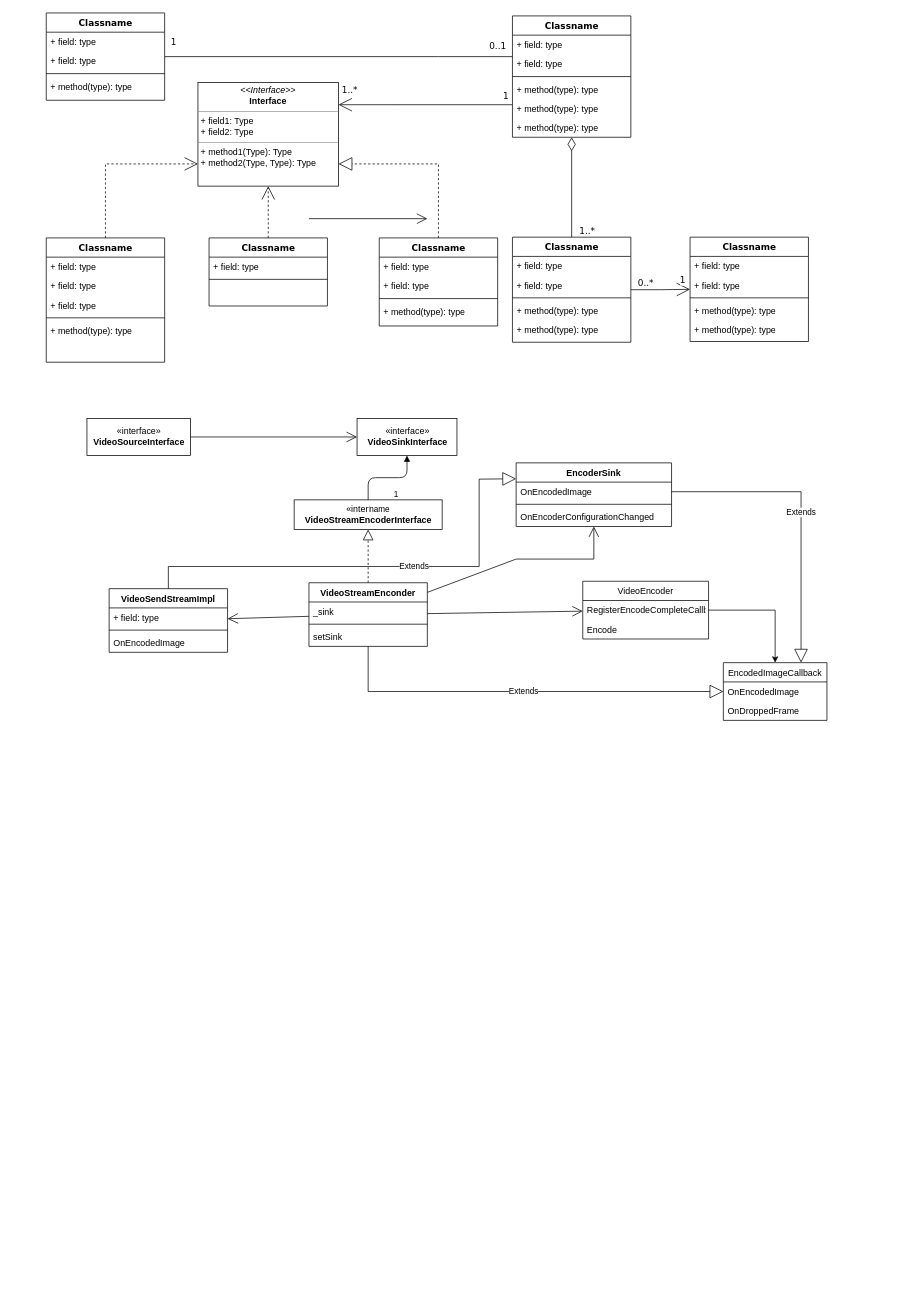
chenxuzy/ThreadPool keeps this draw.io diagram as Untitled Diagram.drawio. Above is the earlier version. Source tidied: cells renumbered, new cells numbered last; positions are measured from the earlier drawing's top-left corner, leaving out a move shared by most shapes. Both pictures are drawn from the tidied source at 74%, with x=0, y=0 at pixel (46, 13).
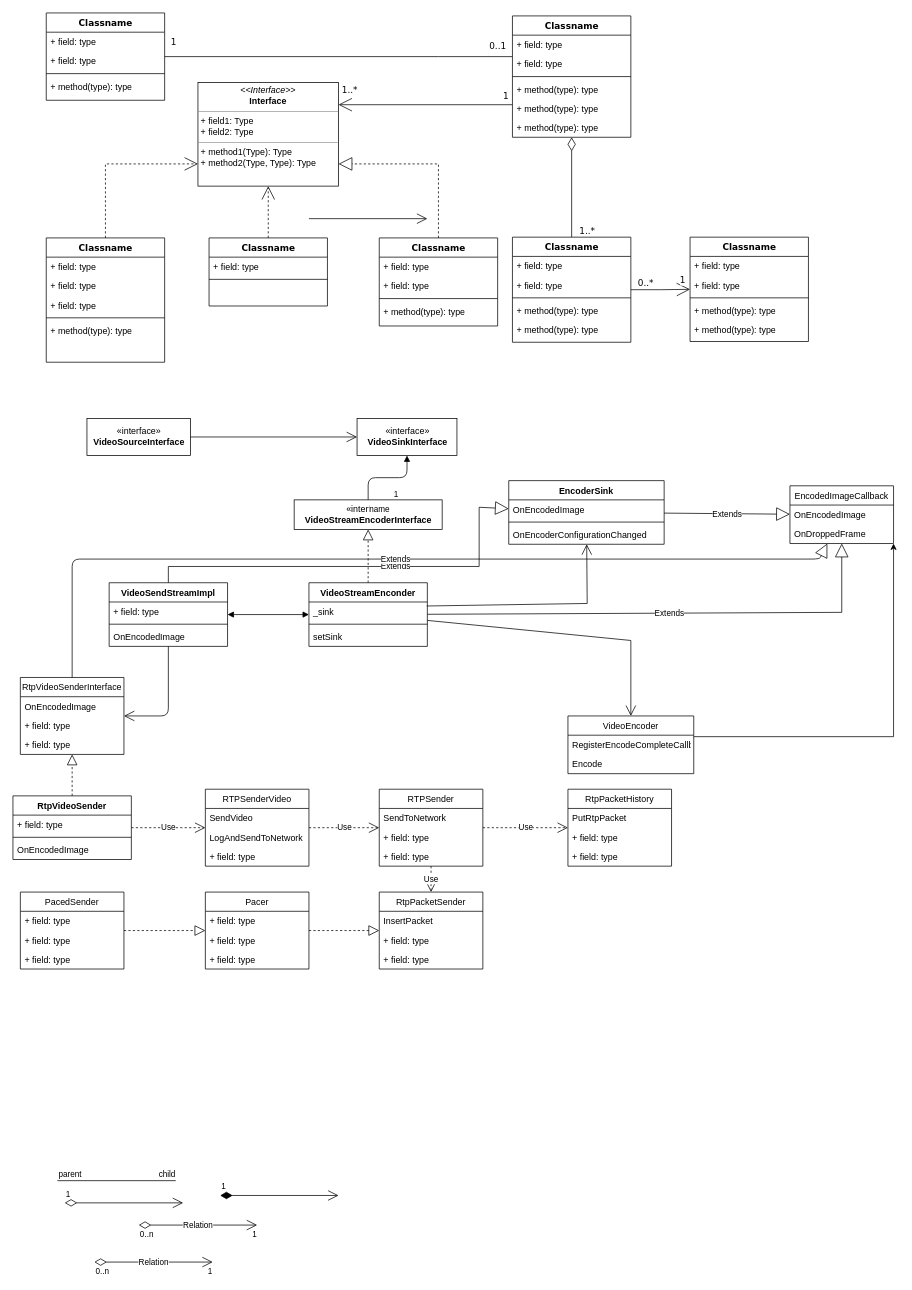
After the change.

The change refers to these unchanged cells:
```xml
<mxCell id="64" value="OnEncodedImage" style="text;strokeColor=none;fillColor=none;align=left;verticalAlign=top;spacingLeft=4;spacingRight=4;overflow=hidden;points=[[0,0.5],[1,0.5]];portConstraint=eastwest;" parent="63" vertex="1">
  <mxGeometry y="26" width="140" height="26" as="geometry" />
</mxCell>
<mxCell id="73" value="OnEncodedImage" style="text;strokeColor=none;fillColor=none;align=left;verticalAlign=top;spacingLeft=4;spacingRight=4;overflow=hidden;points=[[0,0.5],[1,0.5]];portConstraint=eastwest;" parent="72" vertex="1">
  <mxGeometry y="26" width="210" height="26" as="geometry" />
</mxCell>
<mxCell id="85" value="VideoStreamEnconder" style="swimlane;fontStyle=1;align=center;verticalAlign=top;horizontal=1;startSize=26;" parent="1" vertex="1">
  <mxGeometry x="355" y="770" width="160" height="86" as="geometry" />
</mxCell>
<mxCell id="86" value="_sink" style="text;strokeColor=none;fillColor=none;align=left;verticalAlign=top;spacingLeft=4;spacingRight=4;overflow=hidden;points=[[0,0.5],[1,0.5]];portConstraint=eastwest;" parent="85" vertex="1">
  <mxGeometry y="26" width="160" height="26" as="geometry" />
</mxCell>
```

Change to the diagram source:
```diff
@@
-    <mxCell id="61" style="edgeStyle=orthogonalEdgeStyle;rounded=0;jettySize=auto;html=1;entryX=0.5;entryY=0;entryDx=0;entryDy=0;" parent="1" edge="1" source="68" target="63">
+    <mxCell id="61" style="edgeStyle=orthogonalEdgeStyle;rounded=0;jettySize=auto;html=1;" parent="1" edge="1" source="68" target="63">
       <mxGeometry relative="1" as="geometry">
         <Array as="points">
-          <mxPoint x="985" y="807" />
+          <mxPoint x="1145" y="978" />
         </Array>
       </mxGeometry>
     </mxCell>
@@
     <mxCell id="63" value="EncodedImageCallback" style="swimlane;fontStyle=0;horizontal=1;startSize=26;fillColor=none;" parent="1" vertex="1">
-      <mxGeometry x="915" y="878" width="140" height="78" as="geometry" />
+      <mxGeometry x="1005" y="639" width="140" height="78" as="geometry" />
     </mxCell>
@@
     <mxCell id="68" value="VideoEncoder" style="swimlane;fontStyle=0;horizontal=1;startSize=26;fillColor=none;" parent="1" vertex="1">
-      <mxGeometry x="725" y="768" width="170" height="78" as="geometry" />
+      <mxGeometry x="705" y="950" width="170" height="78" as="geometry" />
     </mxCell>
@@
-    <mxCell id="71" value="Extends" style="endArrow=block;endSize=16;endFill=0;html=1;rounded=0;entryX=0;entryY=0.5;entryDx=0;entryDy=0;" parent="1" edge="1" source="85" target="64">
+    <mxCell id="71" value="Extends" style="endArrow=block;endSize=16;endFill=0;html=1;rounded=0;" parent="1" edge="1" source="85" target="63">
       <mxGeometry relative="1" as="geometry">
         <Array as="points">
-          <mxPoint x="435" y="917" />
+          <mxPoint x="1075" y="810" />
         </Array>
       </mxGeometry>
     </mxCell>
     <mxCell id="72" value="EncoderSink&#10;" style="swimlane;fontStyle=1;align=center;verticalAlign=top;horizontal=1;startSize=26;" parent="1" vertex="1">
-      <mxGeometry x="635" y="608" width="210" height="86" as="geometry" />
+      <mxGeometry x="625" y="632" width="210" height="86" as="geometry" />
     </mxCell>
@@
-    <mxCell id="76" value="Extends" style="endArrow=block;endSize=16;endFill=0;html=1;rounded=0;entryX=0.75;entryY=0;entryDx=0;entryDy=0;exitX=1;exitY=0.5;exitDx=0;exitDy=0;" parent="1" edge="1" source="73" target="63">
-      <mxGeometry relative="1" as="geometry">
-        <Array as="points">
-          <mxPoint x="1020" y="647" />
-        </Array>
-      </mxGeometry>
+    <mxCell id="76" value="Extends" style="endArrow=block;endSize=16;endFill=0;html=1;rounded=0;" parent="1" edge="1" source="72" target="63">
+      <mxGeometry relative="1" as="geometry" />
     </mxCell>
-    <mxCell id="77" style="endArrow=open;endFill=1;endSize=12;html=1;rounded=0;" parent="1" edge="1" source="85" target="72">
+    <mxCell id="77" style="endArrow=open;endFill=1;endSize=12;html=1;rounded=0;exitX=0.995;exitY=0.208;exitDx=0;exitDy=0;exitPerimeter=0;" parent="1" edge="1" source="86" target="72">
       <mxGeometry relative="1" as="geometry">
         <Array as="points">
-          <mxPoint x="635" y="738" />
-          <mxPoint x="740" y="738" />
+          <mxPoint x="731" y="798" />
         </Array>
       </mxGeometry>
     </mxCell>
     <mxCell id="78" value="VideoSendStreamImpl" style="swimlane;fontStyle=1;align=center;verticalAlign=top;horizontal=1;startSize=26;" parent="1" vertex="1">
-      <mxGeometry x="85" y="778" width="160" height="86" as="geometry" />
+      <mxGeometry x="85" y="770" width="160" height="86" as="geometry" />
     </mxCell>
@@
-    <mxCell id="82" value="Extends" style="endArrow=block;endSize=16;endFill=0;html=1;rounded=0;entryX=0;entryY=0.25;entryDx=0;entryDy=0;exitX=0.5;exitY=0;exitDx=0;exitDy=0;" parent="1" edge="1" source="78" target="72">
+    <mxCell id="82" value="Extends" style="endArrow=block;endSize=16;endFill=0;html=1;rounded=0;exitX=0.5;exitY=0;exitDx=0;exitDy=0;" parent="1" edge="1" source="78" target="72">
       <mxGeometry x="0.17" relative="1" as="geometry">
         <Array as="points">
           <mxPoint x="165" y="748" />
           <mxPoint x="585" y="748" />
-          <mxPoint x="585" y="630" />
+          <mxPoint x="585" y="668" />
         </Array>
       </mxGeometry>
     </mxCell>
-    <mxCell id="83" style="endArrow=open;endFill=1;endSize=12;html=1;rounded=0;" parent="1" edge="1" source="85" target="78">
-      <mxGeometry relative="1" as="geometry" />
-    </mxCell>
     <mxCell id="84" value="&lt;div style=&quot;background-color: rgb(255 , 255 , 255) ; font-family: &amp;#34;menlo&amp;#34; , &amp;#34;monaco&amp;#34; , &amp;#34;courier new&amp;#34; , monospace ; font-weight: normal ; font-size: 12px ; line-height: 18px&quot;&gt;&lt;br&gt;&lt;/div&gt;" style="text;whiteSpace=wrap;html=1;" parent="1" vertex="1">
-      <mxGeometry x="275" y="948" width="200" height="30" as="geometry" />
+      <mxGeometry x="175" y="1558" width="200" height="30" as="geometry" />
     </mxCell>
@@
     <mxCell id="89" style="endArrow=open;endFill=1;endSize=12;html=1;rounded=0;" parent="1" edge="1" source="85" target="68">
-      <mxGeometry relative="1" as="geometry" />
+      <mxGeometry relative="1" as="geometry">
+        <Array as="points">
+          <mxPoint x="790" y="848" />
+        </Array>
+      </mxGeometry>
     </mxCell>
@@
+    <mxCell id="91" value="Relation" style="endArrow=open;html=1;endSize=12;startArrow=diamondThin;startSize=14;startFill=0;edgeStyle=orthogonalEdgeStyle;" parent="1" edge="1">
+      <mxGeometry relative="1" as="geometry">
+        <mxPoint x="125" y="1638" as="sourcePoint" />
+        <mxPoint x="285" y="1638" as="targetPoint" />
+      </mxGeometry>
+    </mxCell>
+    <mxCell id="92" value="0..n" style="edgeLabel;html=1;align=left;verticalAlign=top;" parent="91" vertex="1">
+      <mxGeometry x="-1" relative="1" as="geometry" />
+    </mxCell>
+    <mxCell id="93" value="1" style="edgeLabel;html=1;align=right;verticalAlign=top;" parent="91" vertex="1">
+      <mxGeometry x="1" relative="1" as="geometry" />
+    </mxCell>
+    <mxCell id="94" style="endArrow=none;html=1;edgeStyle=orthogonalEdgeStyle;" parent="1" edge="1">
+      <mxGeometry relative="1" as="geometry">
+        <mxPoint x="15" y="1578" as="sourcePoint" />
+        <mxPoint x="175" y="1578" as="targetPoint" />
+      </mxGeometry>
+    </mxCell>
+    <mxCell id="95" value="parent" style="edgeLabel;html=1;align=left;verticalAlign=bottom;" parent="94" vertex="1">
+      <mxGeometry x="-1" relative="1" as="geometry" />
+    </mxCell>
+    <mxCell id="96" value="child" style="edgeLabel;html=1;align=right;verticalAlign=bottom;" parent="94" vertex="1">
+      <mxGeometry x="1" relative="1" as="geometry" />
+    </mxCell>
+    <mxCell id="97" value="1" style="endArrow=open;html=1;endSize=12;startArrow=diamondThin;startSize=14;startFill=0;edgeStyle=orthogonalEdgeStyle;align=left;verticalAlign=bottom;" parent="1" edge="1">
+      <mxGeometry x="-1" y="3" relative="1" as="geometry">
+        <mxPoint x="25" y="1608" as="sourcePoint" />
+        <mxPoint x="185" y="1608" as="targetPoint" />
+      </mxGeometry>
+    </mxCell>
+    <mxCell id="98" value="1" style="endArrow=open;html=1;endSize=12;startArrow=diamondThin;startSize=14;startFill=1;edgeStyle=orthogonalEdgeStyle;align=left;verticalAlign=bottom;" parent="1" edge="1">
+      <mxGeometry x="-1" y="3" relative="1" as="geometry">
+        <mxPoint x="235" y="1598" as="sourcePoint" />
+        <mxPoint x="395" y="1598" as="targetPoint" />
+      </mxGeometry>
+    </mxCell>
+    <mxCell id="99" value="Relation" style="endArrow=open;html=1;endSize=12;startArrow=diamondThin;startSize=14;startFill=0;edgeStyle=orthogonalEdgeStyle;" parent="1" edge="1">
+      <mxGeometry relative="1" as="geometry">
+        <mxPoint x="65" y="1688" as="sourcePoint" />
+        <mxPoint x="225" y="1688" as="targetPoint" />
+      </mxGeometry>
+    </mxCell>
+    <mxCell id="100" value="0..n" style="edgeLabel;html=1;align=left;verticalAlign=top;" parent="99" vertex="1">
+      <mxGeometry x="-1" relative="1" as="geometry" />
+    </mxCell>
+    <mxCell id="101" value="1" style="edgeLabel;html=1;align=right;verticalAlign=top;" parent="99" vertex="1">
+      <mxGeometry x="1" relative="1" as="geometry" />
+    </mxCell>
+    <mxCell id="102" value="Extends" style="endArrow=block;endSize=16;endFill=0;html=1;" parent="1" edge="1" source="104" target="63">
+      <mxGeometry relative="1" as="geometry">
+        <Array as="points">
+          <mxPoint x="35" y="738" />
+          <mxPoint x="1045" y="738" />
+        </Array>
+      </mxGeometry>
+    </mxCell>
+    <mxCell id="103" style="endArrow=block;startArrow=block;endFill=1;startFill=1;html=1;" parent="1" edge="1" source="78" target="85">
+      <mxGeometry relative="1" as="geometry" />
+    </mxCell>
+    <mxCell id="104" value="RtpVideoSenderInterface" style="swimlane;fontStyle=0;horizontal=1;startSize=26;fillColor=none;" parent="1" vertex="1">
+      <mxGeometry x="-35" y="898" width="140" height="104" as="geometry" />
+    </mxCell>
+    <mxCell id="105" value="OnEncodedImage" style="text;strokeColor=none;fillColor=none;align=left;verticalAlign=top;spacingLeft=4;spacingRight=4;overflow=hidden;" parent="104" vertex="1">
+      <mxGeometry y="26" width="140" height="26" as="geometry" />
+    </mxCell>
+    <mxCell id="106" value="+ field: type" style="text;strokeColor=none;fillColor=none;align=left;verticalAlign=top;spacingLeft=4;spacingRight=4;overflow=hidden;" parent="104" vertex="1">
+      <mxGeometry y="52" width="140" height="26" as="geometry" />
+    </mxCell>
+    <mxCell id="107" value="+ field: type" style="text;strokeColor=none;fillColor=none;align=left;verticalAlign=top;spacingLeft=4;spacingRight=4;overflow=hidden;" parent="104" vertex="1">
+      <mxGeometry y="78" width="140" height="26" as="geometry" />
+    </mxCell>
+    <mxCell id="108" style="endArrow=open;endFill=1;endSize=12;html=1;" parent="1" edge="1" source="78" target="104">
+      <mxGeometry relative="1" as="geometry">
+        <Array as="points">
+          <mxPoint x="165" y="950" />
+        </Array>
+      </mxGeometry>
+    </mxCell>
+    <mxCell id="109" value="RtpVideoSender" style="swimlane;fontStyle=1;align=center;verticalAlign=top;horizontal=1;startSize=26;" parent="1" vertex="1">
+      <mxGeometry x="-45" y="1058" width="160" height="86" as="geometry" />
+    </mxCell>
+    <mxCell id="110" value="+ field: type" style="text;strokeColor=none;fillColor=none;align=left;verticalAlign=top;spacingLeft=4;spacingRight=4;overflow=hidden;" parent="109" vertex="1">
+      <mxGeometry y="26" width="160" height="26" as="geometry" />
+    </mxCell>
+    <mxCell id="111" style="line;strokeWidth=1;fillColor=none;align=left;verticalAlign=middle;spacingTop=-1;spacingLeft=3;spacingRight=3;labelPosition=right;" parent="109" vertex="1">
+      <mxGeometry y="52" width="160" height="8" as="geometry" />
+    </mxCell>
+    <mxCell id="112" value="OnEncodedImage" style="text;strokeColor=none;fillColor=none;align=left;verticalAlign=top;spacingLeft=4;spacingRight=4;overflow=hidden;" parent="109" vertex="1">
+      <mxGeometry y="60" width="160" height="26" as="geometry" />
+    </mxCell>
+    <mxCell id="113" style="endArrow=block;dashed=1;endFill=0;endSize=12;html=1;" parent="1" edge="1" source="109" target="104">
+      <mxGeometry relative="1" as="geometry" />
+    </mxCell>
+    <mxCell id="114" value="RTPSenderVideo" style="swimlane;fontStyle=0;horizontal=1;startSize=26;fillColor=none;" parent="1" vertex="1">
+      <mxGeometry x="215" y="1049" width="140" height="104" as="geometry" />
+    </mxCell>
+    <mxCell id="115" value="SendVideo" style="text;strokeColor=none;fillColor=none;align=left;verticalAlign=top;spacingLeft=4;spacingRight=4;overflow=hidden;" parent="114" vertex="1">
+      <mxGeometry y="26" width="140" height="26" as="geometry" />
+    </mxCell>
+    <mxCell id="116" value="LogAndSendToNetwork" style="text;strokeColor=none;fillColor=none;align=left;verticalAlign=top;spacingLeft=4;spacingRight=4;overflow=hidden;" parent="114" vertex="1">
+      <mxGeometry y="52" width="140" height="26" as="geometry" />
+    </mxCell>
+    <mxCell id="117" value="+ field: type" style="text;strokeColor=none;fillColor=none;align=left;verticalAlign=top;spacingLeft=4;spacingRight=4;overflow=hidden;" parent="114" vertex="1">
+      <mxGeometry y="78" width="140" height="26" as="geometry" />
+    </mxCell>
+    <mxCell id="118" value="Use" style="endArrow=open;endSize=12;dashed=1;html=1;" parent="1" edge="1" source="109" target="114">
+      <mxGeometry relative="1" as="geometry" />
+    </mxCell>
+    <mxCell id="119" value="RTPSender" style="swimlane;fontStyle=0;horizontal=1;startSize=26;fillColor=none;" parent="1" vertex="1">
+      <mxGeometry x="450" y="1049" width="140" height="104" as="geometry" />
+    </mxCell>
+    <mxCell id="120" value="SendToNetwork" style="text;strokeColor=none;fillColor=none;align=left;verticalAlign=top;spacingLeft=4;spacingRight=4;overflow=hidden;" parent="119" vertex="1">
+      <mxGeometry y="26" width="140" height="26" as="geometry" />
+    </mxCell>
+    <mxCell id="121" value="+ field: type" style="text;strokeColor=none;fillColor=none;align=left;verticalAlign=top;spacingLeft=4;spacingRight=4;overflow=hidden;" parent="119" vertex="1">
+      <mxGeometry y="52" width="140" height="26" as="geometry" />
+    </mxCell>
+    <mxCell id="122" value="+ field: type" style="text;strokeColor=none;fillColor=none;align=left;verticalAlign=top;spacingLeft=4;spacingRight=4;overflow=hidden;" parent="119" vertex="1">
+      <mxGeometry y="78" width="140" height="26" as="geometry" />
+    </mxCell>
+    <mxCell id="123" value="Use" style="endArrow=open;endSize=12;dashed=1;html=1;" parent="1" edge="1" source="114" target="119">
+      <mxGeometry relative="1" as="geometry" />
+    </mxCell>
+    <mxCell id="124" value="RtpPacketSender" style="swimlane;fontStyle=0;horizontal=1;startSize=26;fillColor=none;" parent="1" vertex="1">
+      <mxGeometry x="450" y="1188" width="140" height="104" as="geometry" />
+    </mxCell>
+    <mxCell id="125" value="InsertPacket" style="text;strokeColor=none;fillColor=none;align=left;verticalAlign=top;spacingLeft=4;spacingRight=4;overflow=hidden;" parent="124" vertex="1">
+      <mxGeometry y="26" width="140" height="26" as="geometry" />
+    </mxCell>
+    <mxCell id="126" value="+ field: type" style="text;strokeColor=none;fillColor=none;align=left;verticalAlign=top;spacingLeft=4;spacingRight=4;overflow=hidden;" parent="124" vertex="1">
+      <mxGeometry y="52" width="140" height="26" as="geometry" />
+    </mxCell>
+    <mxCell id="127" value="+ field: type" style="text;strokeColor=none;fillColor=none;align=left;verticalAlign=top;spacingLeft=4;spacingRight=4;overflow=hidden;" parent="124" vertex="1">
+      <mxGeometry y="78" width="140" height="26" as="geometry" />
+    </mxCell>
+    <mxCell id="128" value="Pacer" style="swimlane;fontStyle=0;horizontal=1;startSize=26;fillColor=none;" parent="1" vertex="1">
+      <mxGeometry x="215" y="1188" width="140" height="104" as="geometry" />
+    </mxCell>
+    <mxCell id="129" value="+ field: type" style="text;strokeColor=none;fillColor=none;align=left;verticalAlign=top;spacingLeft=4;spacingRight=4;overflow=hidden;" parent="128" vertex="1">
+      <mxGeometry y="26" width="140" height="26" as="geometry" />
+    </mxCell>
+    <mxCell id="130" value="+ field: type" style="text;strokeColor=none;fillColor=none;align=left;verticalAlign=top;spacingLeft=4;spacingRight=4;overflow=hidden;" parent="128" vertex="1">
+      <mxGeometry y="52" width="140" height="26" as="geometry" />
+    </mxCell>
+    <mxCell id="131" value="+ field: type" style="text;strokeColor=none;fillColor=none;align=left;verticalAlign=top;spacingLeft=4;spacingRight=4;overflow=hidden;" parent="128" vertex="1">
+      <mxGeometry y="78" width="140" height="26" as="geometry" />
+    </mxCell>
+    <mxCell id="132" style="endArrow=block;dashed=1;endFill=0;endSize=12;html=1;" parent="1" edge="1" source="128" target="124">
+      <mxGeometry relative="1" as="geometry" />
+    </mxCell>
+    <mxCell id="133" value="Use" style="endArrow=open;endSize=12;dashed=1;html=1;" parent="1" edge="1" source="119" target="124">
+      <mxGeometry relative="1" as="geometry" />
+    </mxCell>
+    <mxCell id="134" value="PacedSender" style="swimlane;fontStyle=0;horizontal=1;startSize=26;fillColor=none;" parent="1" vertex="1">
+      <mxGeometry x="-35" y="1188" width="140" height="104" as="geometry" />
+    </mxCell>
+    <mxCell id="135" value="+ field: type" style="text;strokeColor=none;fillColor=none;align=left;verticalAlign=top;spacingLeft=4;spacingRight=4;overflow=hidden;" parent="134" vertex="1">
+      <mxGeometry y="26" width="140" height="26" as="geometry" />
+    </mxCell>
+    <mxCell id="136" value="+ field: type" style="text;strokeColor=none;fillColor=none;align=left;verticalAlign=top;spacingLeft=4;spacingRight=4;overflow=hidden;" parent="134" vertex="1">
+      <mxGeometry y="52" width="140" height="26" as="geometry" />
+    </mxCell>
+    <mxCell id="137" value="+ field: type" style="text;strokeColor=none;fillColor=none;align=left;verticalAlign=top;spacingLeft=4;spacingRight=4;overflow=hidden;" parent="134" vertex="1">
+      <mxGeometry y="78" width="140" height="26" as="geometry" />
+    </mxCell>
+    <mxCell id="138" style="endArrow=block;dashed=1;endFill=0;endSize=12;html=1;" parent="1" edge="1" source="134" target="128">
+      <mxGeometry relative="1" as="geometry" />
+    </mxCell>
+    <mxCell id="139" value="RtpPacketHistory" style="swimlane;fontStyle=0;horizontal=1;startSize=26;fillColor=none;" parent="1" vertex="1">
+      <mxGeometry x="705" y="1049" width="140" height="104" as="geometry" />
+    </mxCell>
+    <mxCell id="140" value="PutRtpPacket" style="text;strokeColor=none;fillColor=none;align=left;verticalAlign=top;spacingLeft=4;spacingRight=4;overflow=hidden;" parent="139" vertex="1">
+      <mxGeometry y="26" width="140" height="26" as="geometry" />
+    </mxCell>
+    <mxCell id="141" value="+ field: type" style="text;strokeColor=none;fillColor=none;align=left;verticalAlign=top;spacingLeft=4;spacingRight=4;overflow=hidden;" parent="139" vertex="1">
+      <mxGeometry y="52" width="140" height="26" as="geometry" />
+    </mxCell>
+    <mxCell id="142" value="+ field: type" style="text;strokeColor=none;fillColor=none;align=left;verticalAlign=top;spacingLeft=4;spacingRight=4;overflow=hidden;" parent="139" vertex="1">
+      <mxGeometry y="78" width="140" height="26" as="geometry" />
+    </mxCell>
+    <mxCell id="143" value="Use" style="endArrow=open;endSize=12;dashed=1;html=1;" parent="1" edge="1" source="119" target="139">
+      <mxGeometry relative="1" as="geometry" />
+    </mxCell>
```
